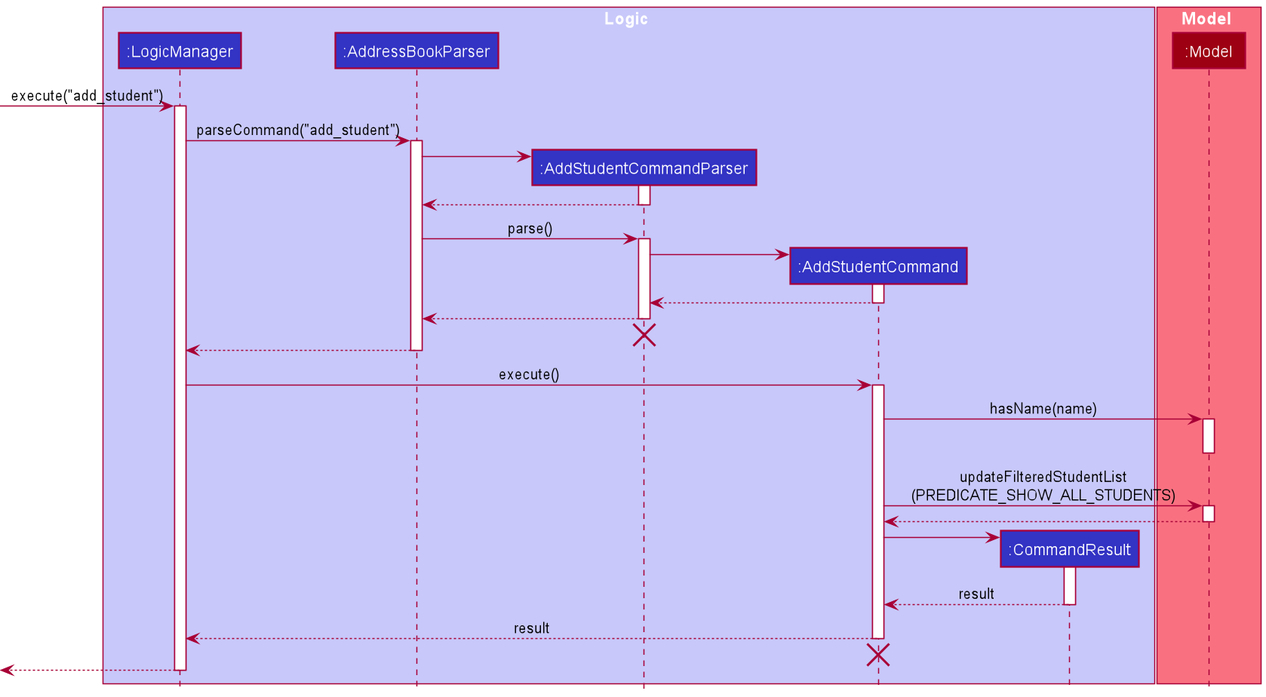
Before: docs/images/enhao/AddStudentSequenceDiagram.png, a diagram exported from PlantUML (nus-cs2103-AY2021S2/tp).
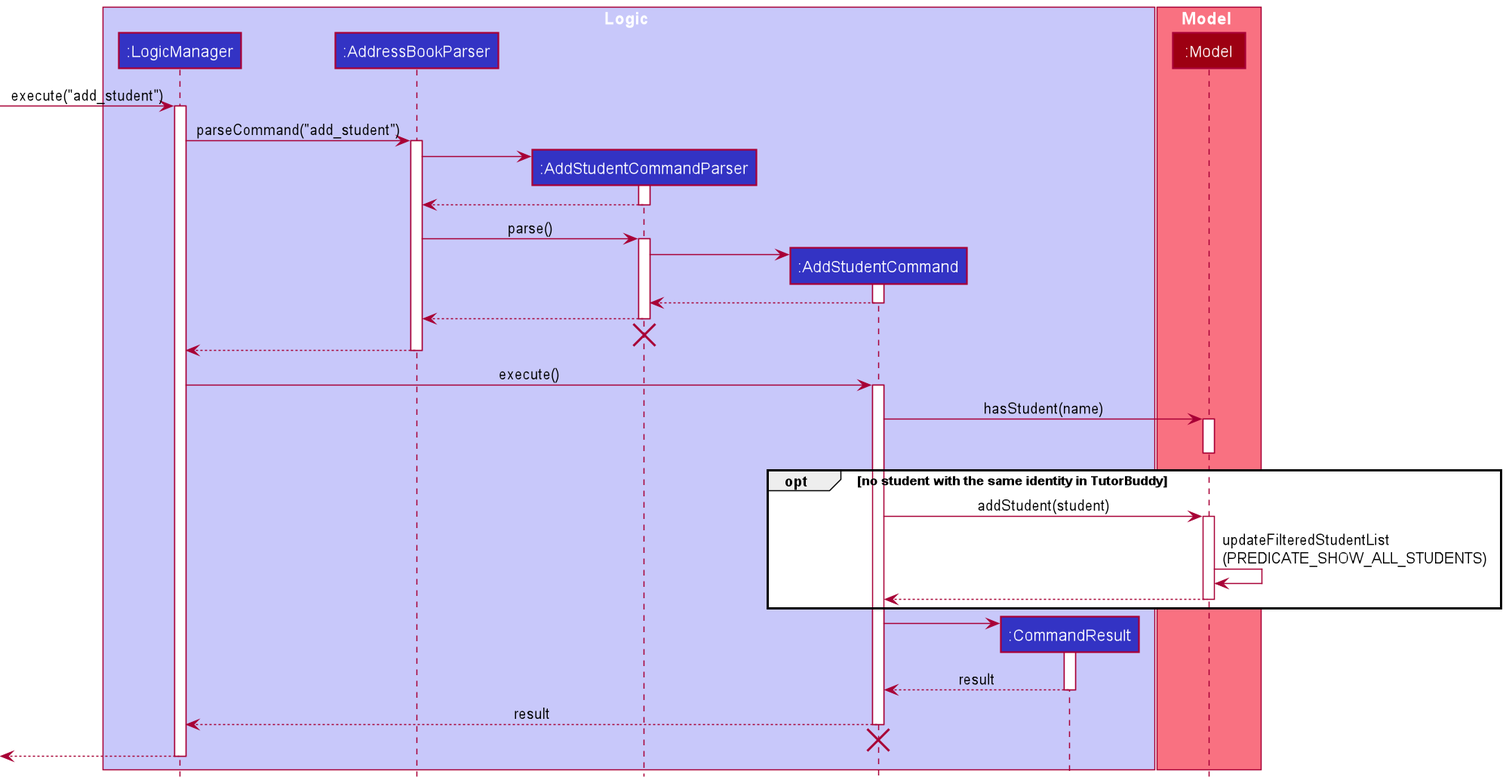
Later version of the same file.

Commit message:
Update add student sequence diagram

Change to the diagram source:
```diff
@@ -47,15 +47,20 @@
 LogicManager -> AddStudentCommand : execute()
 activate AddStudentCommand
 
-AddStudentCommand -> Model : hasName(name)
+AddStudentCommand -> Model : hasStudent(name)
 activate Model
 deactivate Model
 
-AddStudentCommand -> Model : updateFilteredStudentList\n(PREDICATE_SHOW_ALL_STUDENTS)
+opt no student with the same identity in TutorBuddy
+AddStudentCommand -> Model : addStudent(student)
 activate Model
 
+Model -> Model : updateFilteredStudentList\n(PREDICATE_SHOW_ALL_STUDENTS)
 Model --> AddStudentCommand
 deactivate Model
+end opt
+
+
 
 create CommandResult
 AddStudentCommand -> CommandResult
```
